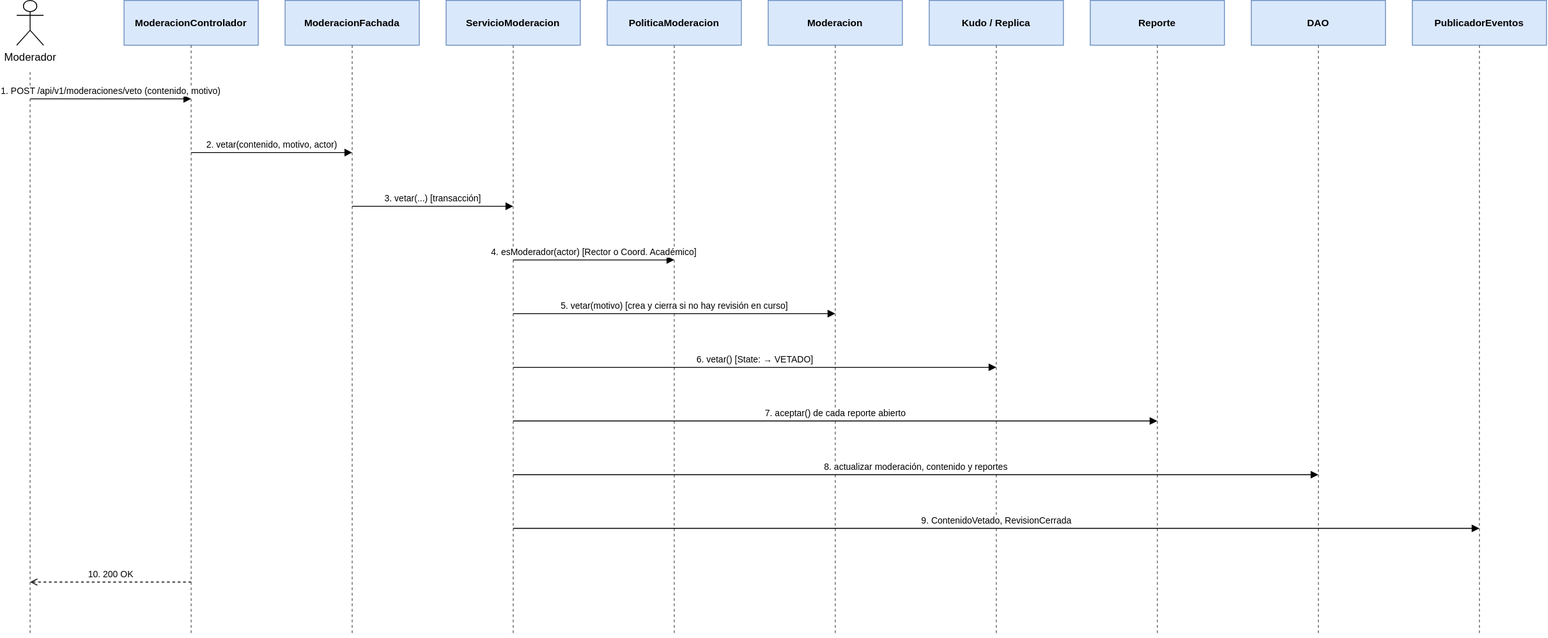
Earlier version of the draw.io export documentacion/assets/diagramas/diagramas-secuencia-3.svg (JaiderSoto07/kudos-backend). Source tidied: cells renumbered, new cells last; positions are measured from the earlier drawing's top-left corner, leaving out a move shared by most shapes. The source it was exported from:
```xml
<mxGraphModel>
  <root>
    <mxCell id="0" />
    <mxCell id="1" parent="0" />
    <mxCell id="2" value="Moderador" style="shape=umlActor;verticalLabelPosition=bottom;verticalAlign=top;html=1;" parent="1" vertex="1">
      <mxGeometry width="30" height="50" as="geometry" />
    </mxCell>
    <mxCell id="3" value="ModeracionControlador" style="rounded=0;whiteSpace=wrap;html=1;fillColor=#dae8fc;strokeColor=#6c8ebf;fontStyle=1;fontSize=11;" parent="1" vertex="1">
      <mxGeometry x="120" width="150" height="50" as="geometry" />
    </mxCell>
    <mxCell id="4" value="ModeracionFachada" style="rounded=0;whiteSpace=wrap;html=1;fillColor=#dae8fc;strokeColor=#6c8ebf;fontStyle=1;fontSize=11;" parent="1" vertex="1">
      <mxGeometry x="300" width="150" height="50" as="geometry" />
    </mxCell>
    <mxCell id="5" value="ServicioModeracion" style="rounded=0;whiteSpace=wrap;html=1;fillColor=#dae8fc;strokeColor=#6c8ebf;fontStyle=1;fontSize=11;" parent="1" vertex="1">
      <mxGeometry x="480" width="150" height="50" as="geometry" />
    </mxCell>
    <mxCell id="6" value="PoliticaModeracion" style="rounded=0;whiteSpace=wrap;html=1;fillColor=#dae8fc;strokeColor=#6c8ebf;fontStyle=1;fontSize=11;" parent="1" vertex="1">
      <mxGeometry x="660" width="150" height="50" as="geometry" />
    </mxCell>
    <mxCell id="7" value="Moderacion" style="rounded=0;whiteSpace=wrap;html=1;fillColor=#dae8fc;strokeColor=#6c8ebf;fontStyle=1;fontSize=11;" parent="1" vertex="1">
      <mxGeometry x="840" width="150" height="50" as="geometry" />
    </mxCell>
    <mxCell id="8" value="Kudo / Replica" style="rounded=0;whiteSpace=wrap;html=1;fillColor=#dae8fc;strokeColor=#6c8ebf;fontStyle=1;fontSize=11;" parent="1" vertex="1">
      <mxGeometry x="1020" width="150" height="50" as="geometry" />
    </mxCell>
    <mxCell id="9" value="Reporte" style="rounded=0;whiteSpace=wrap;html=1;fillColor=#dae8fc;strokeColor=#6c8ebf;fontStyle=1;fontSize=11;" parent="1" vertex="1">
      <mxGeometry x="1200" width="150" height="50" as="geometry" />
    </mxCell>
    <mxCell id="10" value="DAO" style="rounded=0;whiteSpace=wrap;html=1;fillColor=#dae8fc;strokeColor=#6c8ebf;fontStyle=1;fontSize=11;" parent="1" vertex="1">
      <mxGeometry x="1380" width="150" height="50" as="geometry" />
    </mxCell>
    <mxCell id="11" value="PublicadorEventos" style="rounded=0;whiteSpace=wrap;html=1;fillColor=#dae8fc;strokeColor=#6c8ebf;fontStyle=1;fontSize=11;" parent="1" vertex="1">
      <mxGeometry x="1560" width="150" height="50" as="geometry" />
    </mxCell>
    <mxCell id="12" style="endArrow=none;dashed=1;html=1;strokeColor=#666666;" parent="1" edge="1">
      <mxGeometry relative="1" as="geometry">
        <mxPoint x="15" y="80" as="sourcePoint" />
        <mxPoint x="15" y="710" as="targetPoint" />
      </mxGeometry>
    </mxCell>
    <mxCell id="13" style="endArrow=none;dashed=1;html=1;strokeColor=#666666;" parent="1" edge="1">
      <mxGeometry relative="1" as="geometry">
        <mxPoint x="195" y="50" as="sourcePoint" />
        <mxPoint x="195" y="710" as="targetPoint" />
      </mxGeometry>
    </mxCell>
    <mxCell id="14" style="endArrow=none;dashed=1;html=1;strokeColor=#666666;" parent="1" edge="1">
      <mxGeometry relative="1" as="geometry">
        <mxPoint x="375" y="50" as="sourcePoint" />
        <mxPoint x="375" y="710" as="targetPoint" />
      </mxGeometry>
    </mxCell>
    <mxCell id="15" style="endArrow=none;dashed=1;html=1;strokeColor=#666666;" parent="1" edge="1">
      <mxGeometry relative="1" as="geometry">
        <mxPoint x="555" y="50" as="sourcePoint" />
        <mxPoint x="555" y="710" as="targetPoint" />
      </mxGeometry>
    </mxCell>
    <mxCell id="16" style="endArrow=none;dashed=1;html=1;strokeColor=#666666;" parent="1" edge="1">
      <mxGeometry relative="1" as="geometry">
        <mxPoint x="735" y="50" as="sourcePoint" />
        <mxPoint x="735" y="710" as="targetPoint" />
      </mxGeometry>
    </mxCell>
    <mxCell id="17" style="endArrow=none;dashed=1;html=1;strokeColor=#666666;" parent="1" edge="1">
      <mxGeometry relative="1" as="geometry">
        <mxPoint x="915" y="50" as="sourcePoint" />
        <mxPoint x="915" y="710" as="targetPoint" />
      </mxGeometry>
    </mxCell>
    <mxCell id="18" style="endArrow=none;dashed=1;html=1;strokeColor=#666666;" parent="1" edge="1">
      <mxGeometry relative="1" as="geometry">
        <mxPoint x="1095" y="50" as="sourcePoint" />
        <mxPoint x="1095" y="710" as="targetPoint" />
      </mxGeometry>
    </mxCell>
    <mxCell id="19" style="endArrow=none;dashed=1;html=1;strokeColor=#666666;" parent="1" edge="1">
      <mxGeometry relative="1" as="geometry">
        <mxPoint x="1275" y="50" as="sourcePoint" />
        <mxPoint x="1275" y="710" as="targetPoint" />
      </mxGeometry>
    </mxCell>
    <mxCell id="20" style="endArrow=none;dashed=1;html=1;strokeColor=#666666;" parent="1" edge="1">
      <mxGeometry relative="1" as="geometry">
        <mxPoint x="1455" y="50" as="sourcePoint" />
        <mxPoint x="1455" y="710" as="targetPoint" />
      </mxGeometry>
    </mxCell>
    <mxCell id="21" style="endArrow=none;dashed=1;html=1;strokeColor=#666666;" parent="1" edge="1">
      <mxGeometry relative="1" as="geometry">
        <mxPoint x="1635" y="50" as="sourcePoint" />
        <mxPoint x="1635" y="710" as="targetPoint" />
      </mxGeometry>
    </mxCell>
    <mxCell id="22" value="1. POST /api/v1/moderaciones/veto (contenido, motivo)" style="endArrow=block;endFill=1;html=1;rounded=0;fontSize=10;labelBackgroundColor=#ffffff;verticalAlign=bottom;" parent="1" edge="1">
      <mxGeometry relative="1" as="geometry">
        <mxPoint x="15" y="110" as="sourcePoint" />
        <mxPoint x="195" y="110" as="targetPoint" />
      </mxGeometry>
    </mxCell>
    <mxCell id="23" value="2. vetar(contenido, motivo, actor)" style="endArrow=block;endFill=1;html=1;rounded=0;fontSize=10;labelBackgroundColor=#ffffff;verticalAlign=bottom;" parent="1" edge="1">
      <mxGeometry relative="1" as="geometry">
        <mxPoint x="195" y="170" as="sourcePoint" />
        <mxPoint x="375" y="170" as="targetPoint" />
      </mxGeometry>
    </mxCell>
    <mxCell id="24" value="3. vetar(...)  [transacción]" style="endArrow=block;endFill=1;html=1;rounded=0;fontSize=10;labelBackgroundColor=#ffffff;verticalAlign=bottom;" parent="1" edge="1">
      <mxGeometry relative="1" as="geometry">
        <mxPoint x="375" y="230" as="sourcePoint" />
        <mxPoint x="555" y="230" as="targetPoint" />
      </mxGeometry>
    </mxCell>
    <mxCell id="25" value="4. esModerador(actor)  [Rector o Coord. Académico]" style="endArrow=block;endFill=1;html=1;rounded=0;fontSize=10;labelBackgroundColor=#ffffff;verticalAlign=bottom;" parent="1" edge="1">
      <mxGeometry relative="1" as="geometry">
        <mxPoint x="555" y="290" as="sourcePoint" />
        <mxPoint x="735" y="290" as="targetPoint" />
      </mxGeometry>
    </mxCell>
    <mxCell id="26" value="5. vetar(motivo)  [crea y cierra si no hay revisión en curso]" style="endArrow=block;endFill=1;html=1;rounded=0;fontSize=10;labelBackgroundColor=#ffffff;verticalAlign=bottom;" parent="1" edge="1">
      <mxGeometry relative="1" as="geometry">
        <mxPoint x="555" y="350" as="sourcePoint" />
        <mxPoint x="915" y="350" as="targetPoint" />
      </mxGeometry>
    </mxCell>
    <mxCell id="27" value="6. vetar()  [State: → VETADO]" style="endArrow=block;endFill=1;html=1;rounded=0;fontSize=10;labelBackgroundColor=#ffffff;verticalAlign=bottom;" parent="1" edge="1">
      <mxGeometry relative="1" as="geometry">
        <mxPoint x="555" y="410" as="sourcePoint" />
        <mxPoint x="1095" y="410" as="targetPoint" />
      </mxGeometry>
    </mxCell>
    <mxCell id="28" value="7. aceptar() de cada reporte abierto" style="endArrow=block;endFill=1;html=1;rounded=0;fontSize=10;labelBackgroundColor=#ffffff;verticalAlign=bottom;" parent="1" edge="1">
      <mxGeometry relative="1" as="geometry">
        <mxPoint x="555" y="470" as="sourcePoint" />
        <mxPoint x="1275" y="470" as="targetPoint" />
      </mxGeometry>
    </mxCell>
    <mxCell id="29" value="8. actualizar moderación, contenido y reportes" style="endArrow=block;endFill=1;html=1;rounded=0;fontSize=10;labelBackgroundColor=#ffffff;verticalAlign=bottom;" parent="1" edge="1">
      <mxGeometry relative="1" as="geometry">
        <mxPoint x="555" y="530" as="sourcePoint" />
        <mxPoint x="1455" y="530" as="targetPoint" />
      </mxGeometry>
    </mxCell>
    <mxCell id="30" value="9. ContenidoVetado, RevisionCerrada" style="endArrow=block;endFill=1;html=1;rounded=0;fontSize=10;labelBackgroundColor=#ffffff;verticalAlign=bottom;" parent="1" edge="1">
      <mxGeometry relative="1" as="geometry">
        <mxPoint x="555" y="590" as="sourcePoint" />
        <mxPoint x="1635" y="590" as="targetPoint" />
      </mxGeometry>
    </mxCell>
    <mxCell id="31" value="10. 200 OK" style="endArrow=open;endFill=0;dashed=1;html=1;rounded=0;fontSize=10;labelBackgroundColor=#ffffff;verticalAlign=bottom;" parent="1" edge="1">
      <mxGeometry relative="1" as="geometry">
        <mxPoint x="195" y="650" as="sourcePoint" />
        <mxPoint x="15" y="650" as="targetPoint" />
      </mxGeometry>
    </mxCell>
  </root>
</mxGraphModel>
```
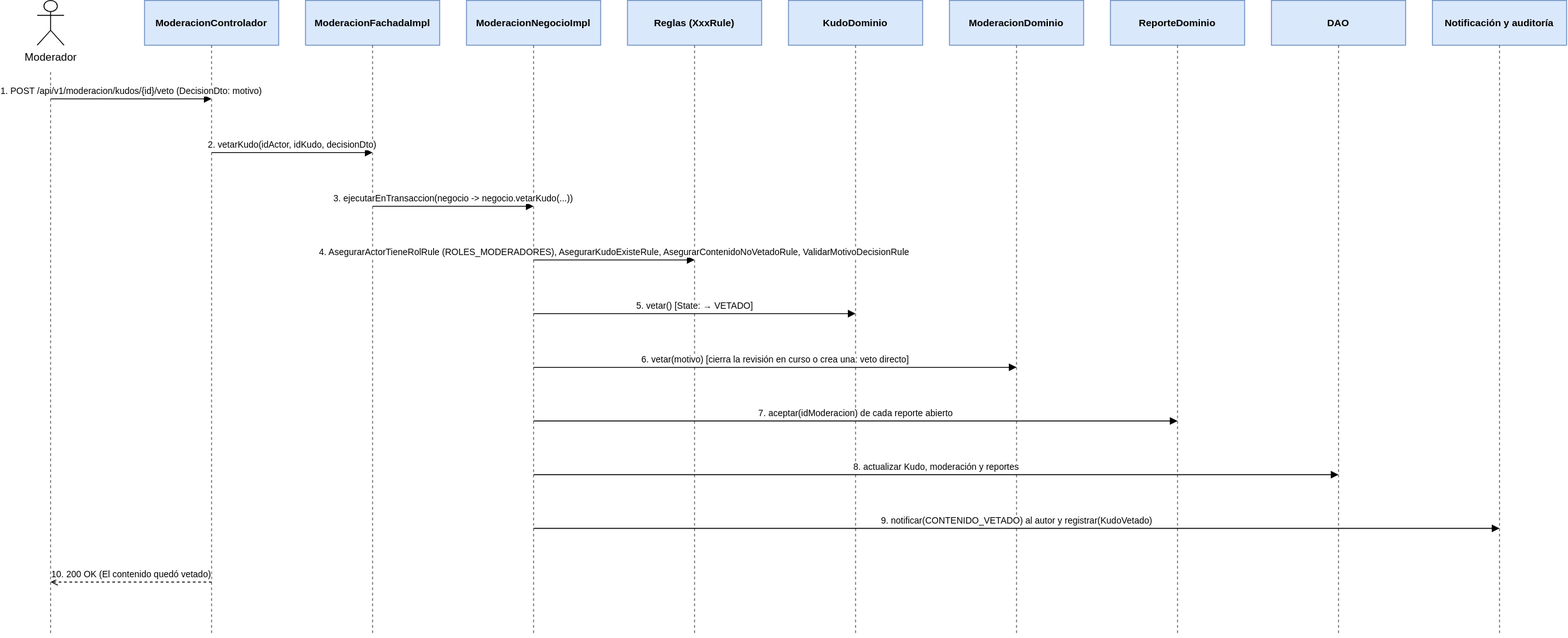
Above is the later version.

Diff of the diagram source:
```diff
@@ -8,28 +8,28 @@
     <mxCell id="3" value="ModeracionControlador" style="rounded=0;whiteSpace=wrap;html=1;fillColor=#dae8fc;strokeColor=#6c8ebf;fontStyle=1;fontSize=11;" parent="1" vertex="1">
       <mxGeometry x="120" width="150" height="50" as="geometry" />
     </mxCell>
-    <mxCell id="4" value="ModeracionFachada" style="rounded=0;whiteSpace=wrap;html=1;fillColor=#dae8fc;strokeColor=#6c8ebf;fontStyle=1;fontSize=11;" parent="1" vertex="1">
+    <mxCell id="4" value="ModeracionFachadaImpl" style="rounded=0;whiteSpace=wrap;html=1;fillColor=#dae8fc;strokeColor=#6c8ebf;fontStyle=1;fontSize=11;" parent="1" vertex="1">
       <mxGeometry x="300" width="150" height="50" as="geometry" />
     </mxCell>
-    <mxCell id="5" value="ServicioModeracion" style="rounded=0;whiteSpace=wrap;html=1;fillColor=#dae8fc;strokeColor=#6c8ebf;fontStyle=1;fontSize=11;" parent="1" vertex="1">
+    <mxCell id="5" value="ModeracionNegocioImpl" style="rounded=0;whiteSpace=wrap;html=1;fillColor=#dae8fc;strokeColor=#6c8ebf;fontStyle=1;fontSize=11;" parent="1" vertex="1">
       <mxGeometry x="480" width="150" height="50" as="geometry" />
     </mxCell>
-    <mxCell id="6" value="PoliticaModeracion" style="rounded=0;whiteSpace=wrap;html=1;fillColor=#dae8fc;strokeColor=#6c8ebf;fontStyle=1;fontSize=11;" parent="1" vertex="1">
+    <mxCell id="6" value="Reglas (XxxRule)" style="rounded=0;whiteSpace=wrap;html=1;fillColor=#dae8fc;strokeColor=#6c8ebf;fontStyle=1;fontSize=11;" parent="1" vertex="1">
       <mxGeometry x="660" width="150" height="50" as="geometry" />
     </mxCell>
-    <mxCell id="7" value="Moderacion" style="rounded=0;whiteSpace=wrap;html=1;fillColor=#dae8fc;strokeColor=#6c8ebf;fontStyle=1;fontSize=11;" parent="1" vertex="1">
+    <mxCell id="7" value="KudoDominio" style="rounded=0;whiteSpace=wrap;html=1;fillColor=#dae8fc;strokeColor=#6c8ebf;fontStyle=1;fontSize=11;" parent="1" vertex="1">
       <mxGeometry x="840" width="150" height="50" as="geometry" />
     </mxCell>
-    <mxCell id="8" value="Kudo / Replica" style="rounded=0;whiteSpace=wrap;html=1;fillColor=#dae8fc;strokeColor=#6c8ebf;fontStyle=1;fontSize=11;" parent="1" vertex="1">
+    <mxCell id="8" value="ModeracionDominio" style="rounded=0;whiteSpace=wrap;html=1;fillColor=#dae8fc;strokeColor=#6c8ebf;fontStyle=1;fontSize=11;" parent="1" vertex="1">
       <mxGeometry x="1020" width="150" height="50" as="geometry" />
     </mxCell>
-    <mxCell id="9" value="Reporte" style="rounded=0;whiteSpace=wrap;html=1;fillColor=#dae8fc;strokeColor=#6c8ebf;fontStyle=1;fontSize=11;" parent="1" vertex="1">
+    <mxCell id="9" value="ReporteDominio" style="rounded=0;whiteSpace=wrap;html=1;fillColor=#dae8fc;strokeColor=#6c8ebf;fontStyle=1;fontSize=11;" parent="1" vertex="1">
       <mxGeometry x="1200" width="150" height="50" as="geometry" />
     </mxCell>
     <mxCell id="10" value="DAO" style="rounded=0;whiteSpace=wrap;html=1;fillColor=#dae8fc;strokeColor=#6c8ebf;fontStyle=1;fontSize=11;" parent="1" vertex="1">
       <mxGeometry x="1380" width="150" height="50" as="geometry" />
     </mxCell>
-    <mxCell id="11" value="PublicadorEventos" style="rounded=0;whiteSpace=wrap;html=1;fillColor=#dae8fc;strokeColor=#6c8ebf;fontStyle=1;fontSize=11;" parent="1" vertex="1">
+    <mxCell id="11" value="Notificación y auditoría" style="rounded=0;whiteSpace=wrap;html=1;fillColor=#dae8fc;strokeColor=#6c8ebf;fontStyle=1;fontSize=11;" parent="1" vertex="1">
       <mxGeometry x="1560" width="150" height="50" as="geometry" />
     </mxCell>
     <mxCell id="12" style="endArrow=none;dashed=1;html=1;strokeColor=#666666;" parent="1" edge="1">
@@ -92,61 +92,61 @@
         <mxPoint x="1635" y="710" as="targetPoint" />
       </mxGeometry>
     </mxCell>
-    <mxCell id="22" value="1. POST /api/v1/moderaciones/veto (contenido, motivo)" style="endArrow=block;endFill=1;html=1;rounded=0;fontSize=10;labelBackgroundColor=#ffffff;verticalAlign=bottom;" parent="1" edge="1">
+    <mxCell id="22" value="1. POST /api/v1/moderacion/kudos/{id}/veto (DecisionDto: motivo)" style="endArrow=block;endFill=1;html=1;rounded=0;fontSize=10;labelBackgroundColor=#ffffff;verticalAlign=bottom;" parent="1" edge="1">
       <mxGeometry relative="1" as="geometry">
         <mxPoint x="15" y="110" as="sourcePoint" />
         <mxPoint x="195" y="110" as="targetPoint" />
       </mxGeometry>
     </mxCell>
-    <mxCell id="23" value="2. vetar(contenido, motivo, actor)" style="endArrow=block;endFill=1;html=1;rounded=0;fontSize=10;labelBackgroundColor=#ffffff;verticalAlign=bottom;" parent="1" edge="1">
+    <mxCell id="23" value="2. vetarKudo(idActor, idKudo, decisionDto)" style="endArrow=block;endFill=1;html=1;rounded=0;fontSize=10;labelBackgroundColor=#ffffff;verticalAlign=bottom;" parent="1" edge="1">
       <mxGeometry relative="1" as="geometry">
         <mxPoint x="195" y="170" as="sourcePoint" />
         <mxPoint x="375" y="170" as="targetPoint" />
       </mxGeometry>
     </mxCell>
-    <mxCell id="24" value="3. vetar(...)  [transacción]" style="endArrow=block;endFill=1;html=1;rounded=0;fontSize=10;labelBackgroundColor=#ffffff;verticalAlign=bottom;" parent="1" edge="1">
+    <mxCell id="24" value="3. ejecutarEnTransaccion(negocio -&gt; negocio.vetarKudo(...))" style="endArrow=block;endFill=1;html=1;rounded=0;fontSize=10;labelBackgroundColor=#ffffff;verticalAlign=bottom;" parent="1" edge="1">
       <mxGeometry relative="1" as="geometry">
         <mxPoint x="375" y="230" as="sourcePoint" />
         <mxPoint x="555" y="230" as="targetPoint" />
       </mxGeometry>
     </mxCell>
-    <mxCell id="25" value="4. esModerador(actor)  [Rector o Coord. Académico]" style="endArrow=block;endFill=1;html=1;rounded=0;fontSize=10;labelBackgroundColor=#ffffff;verticalAlign=bottom;" parent="1" edge="1">
+    <mxCell id="25" value="4. AsegurarActorTieneRolRule (ROLES_MODERADORES), AsegurarKudoExisteRule, AsegurarContenidoNoVetadoRule, ValidarMotivoDecisionRule" style="endArrow=block;endFill=1;html=1;rounded=0;fontSize=10;labelBackgroundColor=#ffffff;verticalAlign=bottom;" parent="1" edge="1">
       <mxGeometry relative="1" as="geometry">
         <mxPoint x="555" y="290" as="sourcePoint" />
         <mxPoint x="735" y="290" as="targetPoint" />
       </mxGeometry>
     </mxCell>
-    <mxCell id="26" value="5. vetar(motivo)  [crea y cierra si no hay revisión en curso]" style="endArrow=block;endFill=1;html=1;rounded=0;fontSize=10;labelBackgroundColor=#ffffff;verticalAlign=bottom;" parent="1" edge="1">
+    <mxCell id="26" value="5. vetar()  [State: → VETADO]" style="endArrow=block;endFill=1;html=1;rounded=0;fontSize=10;labelBackgroundColor=#ffffff;verticalAlign=bottom;" parent="1" edge="1">
       <mxGeometry relative="1" as="geometry">
         <mxPoint x="555" y="350" as="sourcePoint" />
         <mxPoint x="915" y="350" as="targetPoint" />
       </mxGeometry>
     </mxCell>
-    <mxCell id="27" value="6. vetar()  [State: → VETADO]" style="endArrow=block;endFill=1;html=1;rounded=0;fontSize=10;labelBackgroundColor=#ffffff;verticalAlign=bottom;" parent="1" edge="1">
+    <mxCell id="27" value="6. vetar(motivo)  [cierra la revisión en curso o crea una: veto directo]" style="endArrow=block;endFill=1;html=1;rounded=0;fontSize=10;labelBackgroundColor=#ffffff;verticalAlign=bottom;" parent="1" edge="1">
       <mxGeometry relative="1" as="geometry">
         <mxPoint x="555" y="410" as="sourcePoint" />
         <mxPoint x="1095" y="410" as="targetPoint" />
       </mxGeometry>
     </mxCell>
-    <mxCell id="28" value="7. aceptar() de cada reporte abierto" style="endArrow=block;endFill=1;html=1;rounded=0;fontSize=10;labelBackgroundColor=#ffffff;verticalAlign=bottom;" parent="1" edge="1">
+    <mxCell id="28" value="7. aceptar(idModeracion) de cada reporte abierto" style="endArrow=block;endFill=1;html=1;rounded=0;fontSize=10;labelBackgroundColor=#ffffff;verticalAlign=bottom;" parent="1" edge="1">
       <mxGeometry relative="1" as="geometry">
         <mxPoint x="555" y="470" as="sourcePoint" />
         <mxPoint x="1275" y="470" as="targetPoint" />
       </mxGeometry>
     </mxCell>
-    <mxCell id="29" value="8. actualizar moderación, contenido y reportes" style="endArrow=block;endFill=1;html=1;rounded=0;fontSize=10;labelBackgroundColor=#ffffff;verticalAlign=bottom;" parent="1" edge="1">
+    <mxCell id="29" value="8. actualizar Kudo, moderación y reportes" style="endArrow=block;endFill=1;html=1;rounded=0;fontSize=10;labelBackgroundColor=#ffffff;verticalAlign=bottom;" parent="1" edge="1">
       <mxGeometry relative="1" as="geometry">
         <mxPoint x="555" y="530" as="sourcePoint" />
         <mxPoint x="1455" y="530" as="targetPoint" />
       </mxGeometry>
     </mxCell>
-    <mxCell id="30" value="9. ContenidoVetado, RevisionCerrada" style="endArrow=block;endFill=1;html=1;rounded=0;fontSize=10;labelBackgroundColor=#ffffff;verticalAlign=bottom;" parent="1" edge="1">
+    <mxCell id="30" value="9. notificar(CONTENIDO_VETADO) al autor y registrar(KudoVetado)" style="endArrow=block;endFill=1;html=1;rounded=0;fontSize=10;labelBackgroundColor=#ffffff;verticalAlign=bottom;" parent="1" edge="1">
       <mxGeometry relative="1" as="geometry">
         <mxPoint x="555" y="590" as="sourcePoint" />
         <mxPoint x="1635" y="590" as="targetPoint" />
       </mxGeometry>
     </mxCell>
-    <mxCell id="31" value="10. 200 OK" style="endArrow=open;endFill=0;dashed=1;html=1;rounded=0;fontSize=10;labelBackgroundColor=#ffffff;verticalAlign=bottom;" parent="1" edge="1">
+    <mxCell id="31" value="10. 200 OK (El contenido quedó vetado)" style="endArrow=open;endFill=0;dashed=1;html=1;rounded=0;fontSize=10;labelBackgroundColor=#ffffff;verticalAlign=bottom;" parent="1" edge="1">
       <mxGeometry relative="1" as="geometry">
         <mxPoint x="195" y="650" as="sourcePoint" />
         <mxPoint x="15" y="650" as="targetPoint" />
```
